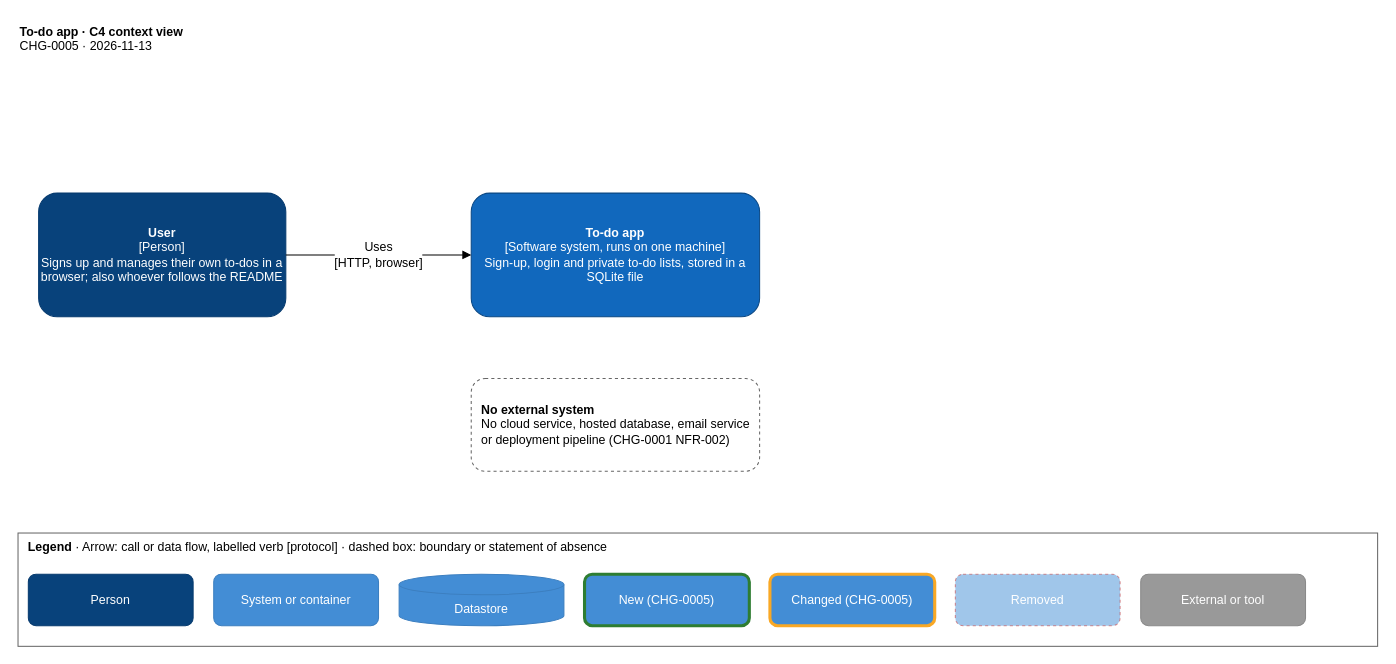
alokkulkarni/testharness2 keeps this draw.io diagram as docs/architecture/drawio/todo-context.drawio. Above is the earlier version. Source tidied: cells renumbered, new cells numbered last; positions are measured from the earlier drawing's top-left corner, leaving out a move shared by most shapes. Both pictures are drawn from the tidied source at 103%, with x=0, y=0 at pixel (18, 18).
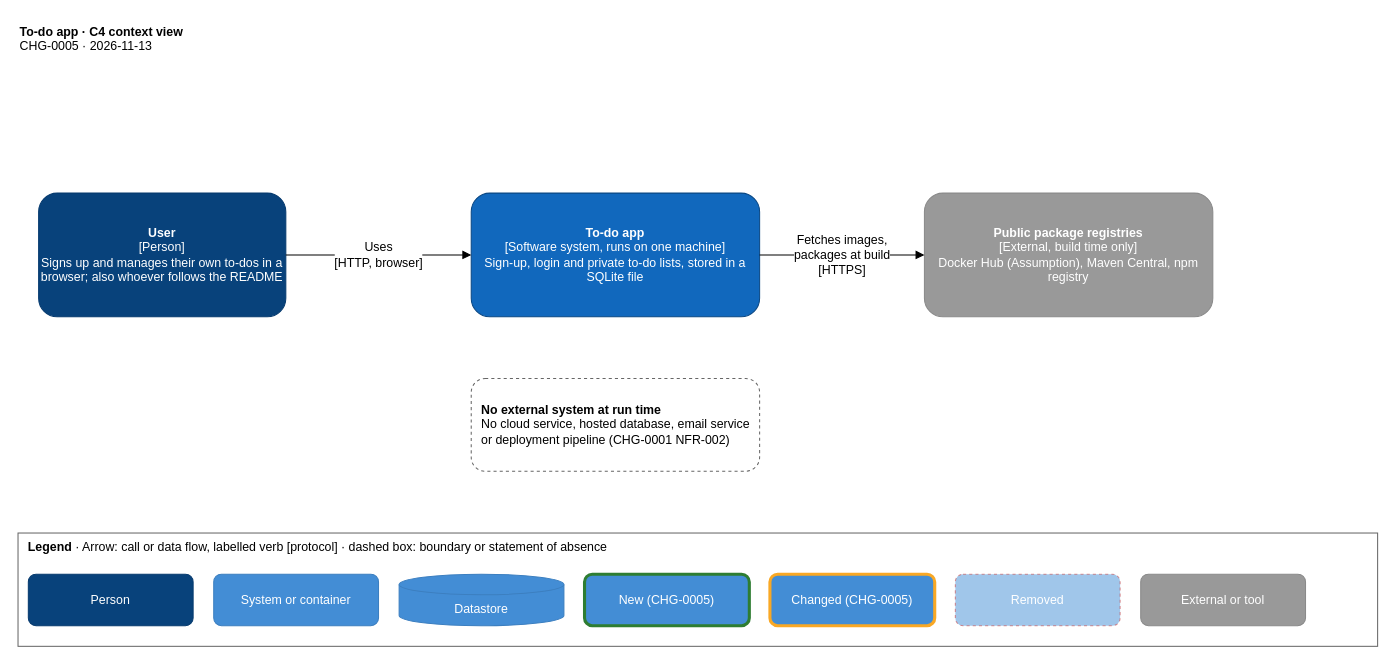
After the change.

What changed in the source:
```diff
@@
 <mxGraphModel>
   <root>
     <mxCell id="0" />
     <mxCell id="1" parent="0" />
     <mxCell id="2" value="&lt;b&gt;To-do app · C4 context view&lt;/b&gt;&lt;br&gt;CHG-0005 · 2026-11-13" style="text;fontSize=12;harness=title;html=1;align=left;verticalAlign=top;whiteSpace=wrap;" parent="1" vertex="1">
       <mxGeometry width="500" height="50" as="geometry" />
     </mxCell>
     <mxCell id="3" value="&lt;b&gt;User&lt;/b&gt;&lt;br&gt;[Person]&lt;br&gt;Signs up and manages their own to-dos in a browser; also whoever follows the README" style="rounded=1;fontSize=12;whiteSpace=wrap;html=1;fillColor=#08427B;strokeColor=#073B6F;fontColor=#FFFFFF;" parent="1" vertex="1">
       <mxGeometry x="20" y="170" width="240" height="120" as="geometry" />
     </mxCell>
     <mxCell id="4" value="&lt;b&gt;To-do app&lt;/b&gt;&lt;br&gt;[Software system, runs on one machine]&lt;br&gt;Sign-up, login and private to-do lists, stored in a SQLite file" style="rounded=1;fontSize=12;whiteSpace=wrap;html=1;fillColor=#1168BD;strokeColor=#0B4884;fontColor=#FFFFFF;" parent="1" vertex="1">
       <mxGeometry x="440" y="170" width="280" height="120" as="geometry" />
     </mxCell>
-    <mxCell id="5" value="&lt;b&gt;No external system&lt;/b&gt;&lt;br&gt;No cloud service, hosted database, email service or deployment pipeline (CHG-0001 NFR-002)" style="rounded=1;fontSize=12;dashed=1;whiteSpace=wrap;html=1;fillColor=none;strokeColor=#666666;align=left;spacingLeft=8;" parent="1" vertex="1">
+    <mxCell id="5" value="&lt;b&gt;No external system at run time&lt;/b&gt;&lt;br&gt;No cloud service, hosted database, email service or deployment pipeline (CHG-0001 NFR-002)" style="rounded=1;fontSize=12;dashed=1;whiteSpace=wrap;html=1;fillColor=none;strokeColor=#666666;align=left;spacingLeft=8;" parent="1" vertex="1">
       <mxGeometry x="440" y="350" width="280" height="90" as="geometry" />
     </mxCell>
+    <mxCell id="15" value="&lt;b&gt;Public package registries&lt;/b&gt;&lt;br&gt;[External, build time only]&lt;br&gt;Docker Hub (Assumption), Maven Central, npm registry" style="rounded=1;fontSize=12;whiteSpace=wrap;html=1;fillColor=#999999;strokeColor=#8A8A8A;fontColor=#FFFFFF;" parent="1" vertex="1">
+      <mxGeometry x="880" y="170" width="280" height="120" as="geometry" />
+    </mxCell>
+    <mxCell id="16" value="Fetches images,&lt;br&gt;packages at build&lt;br&gt;[HTTPS]" style="edgeStyle=orthogonalEdgeStyle;rounded=1;html=1;fontSize=12;endArrow=block;labelBackgroundColor=#FFFFFF;exitX=1;exitY=0.5;entryX=0;entryY=0.5;" parent="1" edge="1" source="4" target="15">
+      <mxGeometry relative="1" as="geometry" />
+    </mxCell>
     <mxCell id="6" value="Uses&lt;br&gt;[HTTP, browser]" style="edgeStyle=orthogonalEdgeStyle;rounded=1;html=1;fontSize=12;endArrow=block;labelBackgroundColor=#FFFFFF;exitX=1;exitY=0.5;entryX=0;entryY=0.5;" parent="1" edge="1" source="3" target="4">
       <mxGeometry relative="1" as="geometry" />
     </mxCell>
     <mxCell id="7" value="&lt;b&gt;Legend&lt;/b&gt; · Arrow: call or data flow, labelled verb [protocol] · dashed box: boundary or statement of absence" style="rounded=0;fontSize=12;html=1;fillColor=none;strokeColor=#666666;verticalAlign=top;align=left;spacingLeft=8;harness=legend;" parent="1" vertex="1">
       <mxGeometry y="500" width="1320" height="110" as="geometry" />
     </mxCell>
     <mxCell id="8" value="Person" style="rounded=1;fontSize=12;whiteSpace=wrap;html=1;fillColor=#08427B;strokeColor=#073B6F;fontColor=#FFFFFF;" parent="7" vertex="1">
       <mxGeometry x="10" y="40" width="160" height="50" as="geometry" />
     </mxCell>
     <mxCell id="9" value="System or container" style="rounded=1;fontSize=12;whiteSpace=wrap;html=1;fillColor=#438DD5;strokeColor=#3C7FC0;fontColor=#FFFFFF;" parent="7" vertex="1">
       <mxGeometry x="190" y="40" width="160" height="50" as="geometry" />
     </mxCell>
     <mxCell id="10" value="Datastore" style="shape=cylinder3;fontSize=12;whiteSpace=wrap;html=1;boundedLbl=1;backgroundOutline=1;size=10;fillColor=#438DD5;strokeColor=#3C7FC0;fontColor=#FFFFFF;" parent="7" vertex="1">
       <mxGeometry x="370" y="40" width="160" height="50" as="geometry" />
     </mxCell>
     <mxCell id="11" value="New (CHG-0005)" style="rounded=1;fontSize=12;whiteSpace=wrap;html=1;fillColor=#438DD5;strokeColor=#2E7D32;strokeWidth=3;fontColor=#FFFFFF;" parent="7" vertex="1">
       <mxGeometry x="550" y="40" width="160" height="50" as="geometry" />
     </mxCell>
     <mxCell id="12" value="Changed (CHG-0005)" style="rounded=1;fontSize=12;whiteSpace=wrap;html=1;fillColor=#438DD5;strokeColor=#F9A825;strokeWidth=3;fontColor=#FFFFFF;" parent="7" vertex="1">
       <mxGeometry x="730" y="40" width="160" height="50" as="geometry" />
     </mxCell>
     <mxCell id="13" value="Removed" style="rounded=1;fontSize=12;whiteSpace=wrap;html=1;fillColor=#438DD5;strokeColor=#C62828;dashed=1;opacity=50;fontColor=#FFFFFF;" parent="7" vertex="1">
       <mxGeometry x="910" y="40" width="160" height="50" as="geometry" />
     </mxCell>
     <mxCell id="14" value="External or tool" style="rounded=1;fontSize=12;whiteSpace=wrap;html=1;fillColor=#999999;strokeColor=#8A8A8A;fontColor=#FFFFFF;" parent="7" vertex="1">
       <mxGeometry x="1090" y="40" width="160" height="50" as="geometry" />
     </mxCell>
   </root>
 </mxGraphModel>
```
